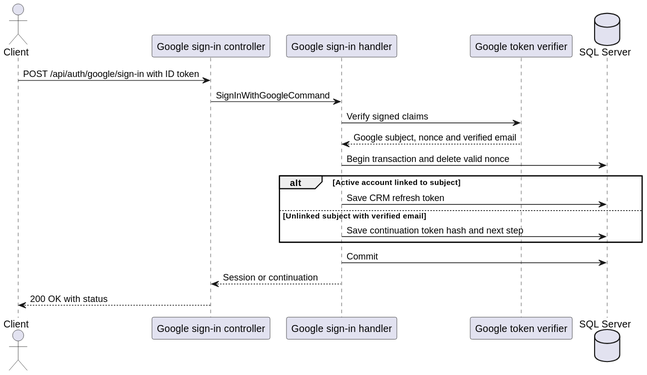
Above: docs/technical_docs/backend_docs/user_stories/us_073/diagrams/sign-in-with-google.svg in JStec0312/Tutoring-CRM-System (PlantUML), before the change.
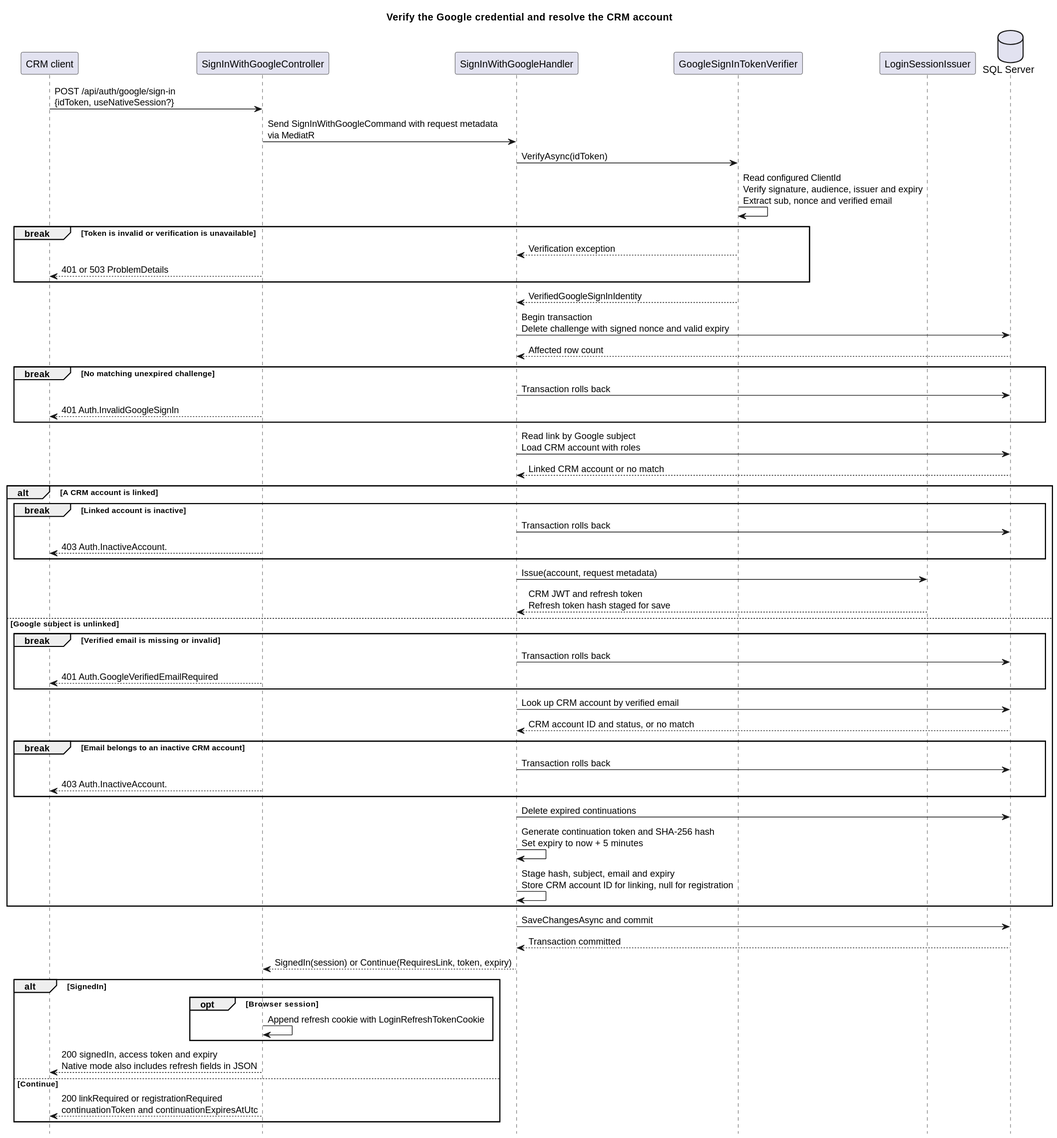
After the change.

Change to the diagram source:
```diff
@@ -1,21 +1,62 @@
 @startuml
-actor Client
-participant "Google sign-in controller" as Controller
-participant "Google sign-in handler" as Handler
-participant "Google token verifier" as Verifier
+title Verify the Google credential and resolve the CRM account
+hide footbox
+
+participant "CRM client" as Client
+participant SignInWithGoogleController as Controller
+participant SignInWithGoogleHandler as Handler
+participant GoogleSignInTokenVerifier as Verifier
+participant LoginSessionIssuer as Session
 database "SQL Server" as Database
 
-Client -> Controller: POST /api/auth/google/sign-in with ID token
-Controller -> Handler: SignInWithGoogleCommand
-Handler -> Verifier: Verify signed claims
-Verifier --> Handler: Google subject, nonce and verified email
-Handler -> Database: Begin transaction and delete valid nonce
-alt Active account linked to subject
-    Handler -> Database: Save CRM refresh token
-else Unlinked subject with verified email
-    Handler -> Database: Save continuation token hash and next step
+Client -> Controller: POST /api/auth/google/sign-in\n{idToken, useNativeSession?}
+Controller -> Handler: Send SignInWithGoogleCommand with request metadata\nvia MediatR
+Handler -> Verifier: VerifyAsync(idToken)
+Verifier -> Verifier: Read configured ClientId\nVerify signature, audience, issuer and expiry\nExtract sub, nonce and verified email
+break Token is invalid or verification is unavailable
+    Verifier --> Handler: Verification exception
+    Controller --> Client: 401 or 503 ProblemDetails
 end
-Handler -> Database: Commit
-Handler --> Controller: Session or continuation
-Controller --> Client: 200 OK with status
+Verifier --> Handler: VerifiedGoogleSignInIdentity
+Handler -> Database: Begin transaction\nDelete challenge with signed nonce and valid expiry
+Database --> Handler: Affected row count
+break No matching unexpired challenge
+    Handler -> Database: Transaction rolls back
+    Controller --> Client: 401 Auth.InvalidGoogleSignIn
+end
+Handler -> Database: Read link by Google subject\nLoad CRM account with roles
+Database --> Handler: Linked CRM account or no match
+alt A CRM account is linked
+    break Linked account is inactive
+        Handler -> Database: Transaction rolls back
+        Controller --> Client: 403 Auth.InactiveAccount.
+    end
+    Handler -> Session: Issue(account, request metadata)
+    Session --> Handler: CRM JWT and refresh token\nRefresh token hash staged for save
+else Google subject is unlinked
+    break Verified email is missing or invalid
+        Handler -> Database: Transaction rolls back
+        Controller --> Client: 401 Auth.GoogleVerifiedEmailRequired
+    end
+    Handler -> Database: Look up CRM account by verified email
+    Database --> Handler: CRM account ID and status, or no match
+    break Email belongs to an inactive CRM account
+        Handler -> Database: Transaction rolls back
+        Controller --> Client: 403 Auth.InactiveAccount.
+    end
+    Handler -> Database: Delete expired continuations
+    Handler -> Handler: Generate continuation token and SHA-256 hash\nSet expiry to now + 5 minutes
+    Handler -> Handler: Stage hash, subject, email and expiry\nStore CRM account ID for linking, null for registration
+end
+Handler -> Database: SaveChangesAsync and commit
+Database --> Handler: Transaction committed
+Handler --> Controller: SignedIn(session) or Continue(RequiresLink, token, expiry)
+alt SignedIn
+    opt Browser session
+        Controller -> Controller: Append refresh cookie with LoginRefreshTokenCookie
+    end
+    Controller --> Client: 200 signedIn, access token and expiry\nNative mode also includes refresh fields in JSON
+else Continue
+    Controller --> Client: 200 linkRequired or registrationRequired\ncontinuationToken and continuationExpiresAtUtc
+end
 @enduml
```
